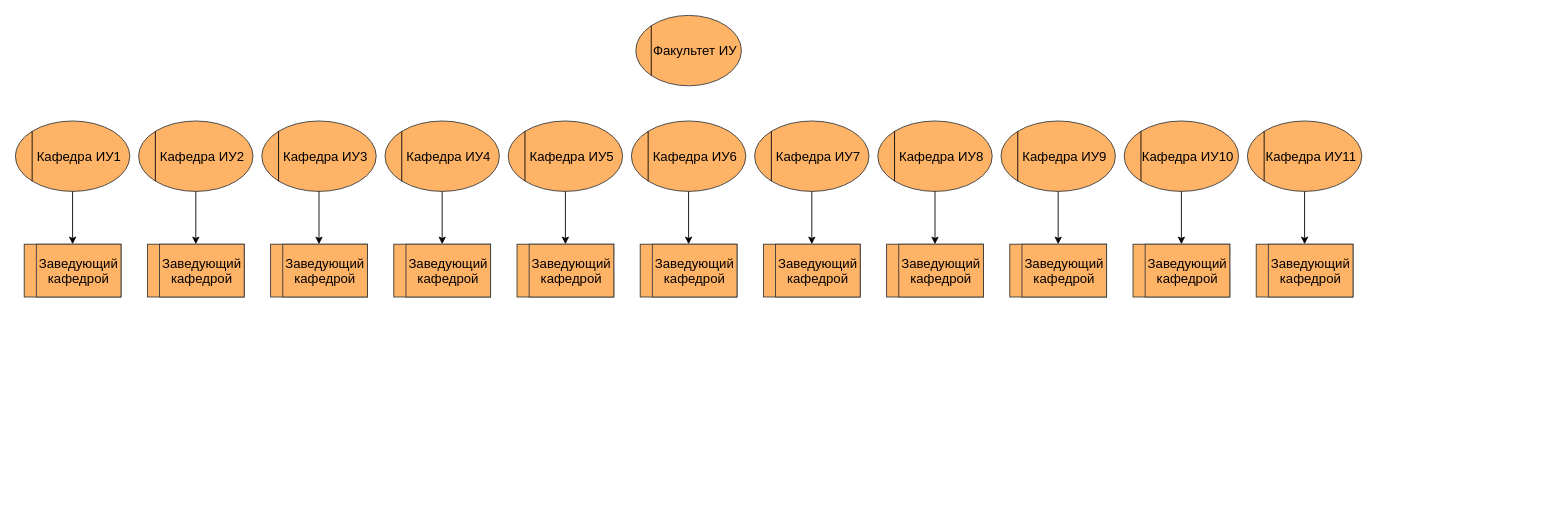
The draw.io diagram ERP l1.drawio in DMfananddu/ERP, before the edit. Source tidied: cells renumbered, new cells numbered last; positions are measured from the earlier drawing's top-left corner, leaving out a move shared by most shapes. Both pictures are drawn from the tidied source at 88%, with x=0, y=0 at pixel (15, 15).
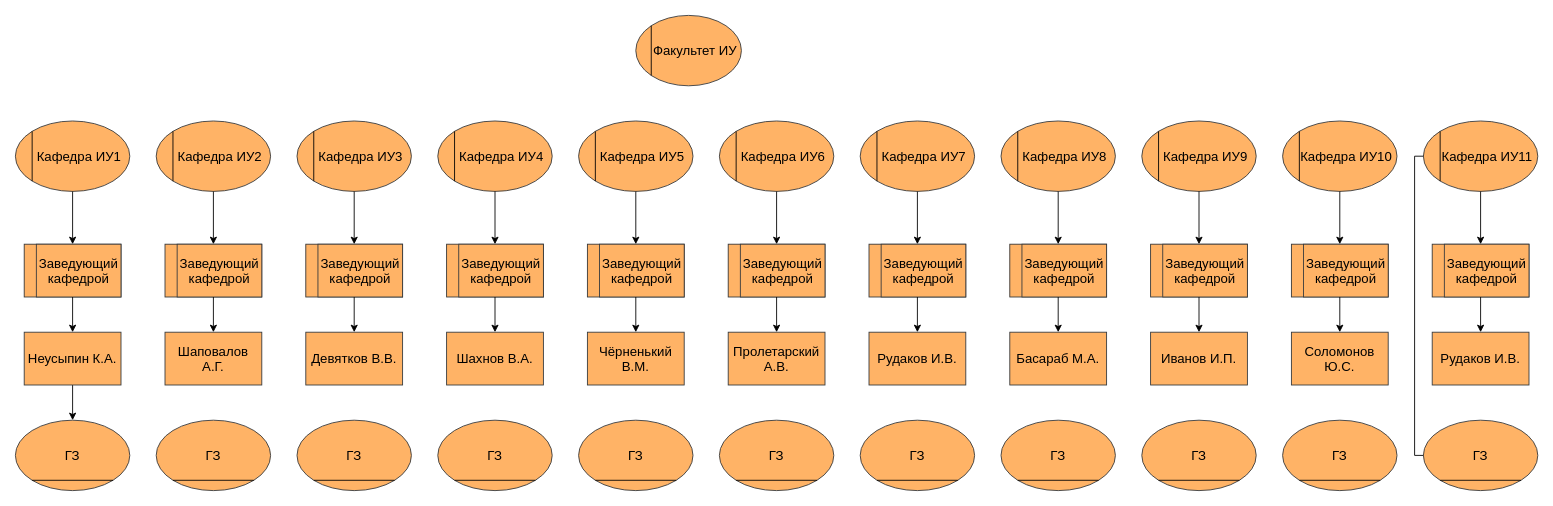
The same diagram, later.

Unchanged cells that the change refers to:
```xml
<mxCell id="36" value="Кафедра ИУ11" style="ellipse;whiteSpace=wrap;html=1;rounded=0;strokeColor=#36393d;spacingLeft=15;fillColor=#FFB366;fontSize=15;" parent="35" vertex="1">
  <mxGeometry width="130" height="80" as="geometry" />
</mxCell>
<mxCell id="39" style="rounded=0;whiteSpace=wrap;html=1;strokeColor=#36393d;fontSize=15;fillColor=#FFB366;" parent="38" vertex="1">
  <mxGeometry width="110" height="60" as="geometry" />
</mxCell>
<mxCell id="42" style="rounded=0;whiteSpace=wrap;html=1;strokeColor=#36393d;fontSize=15;fillColor=#FFB366;" parent="41" vertex="1">
  <mxGeometry width="110" height="60" as="geometry" />
</mxCell>
<mxCell id="45" style="rounded=0;whiteSpace=wrap;html=1;strokeColor=#36393d;fontSize=15;fillColor=#FFB366;" parent="44" vertex="1">
  <mxGeometry width="110" height="60" as="geometry" />
</mxCell>
<mxCell id="48" style="rounded=0;whiteSpace=wrap;html=1;strokeColor=#36393d;fontSize=15;fillColor=#FFB366;" parent="47" vertex="1">
  <mxGeometry width="110" height="60" as="geometry" />
</mxCell>
<mxCell id="55" style="rounded=0;whiteSpace=wrap;html=1;strokeColor=#36393d;fontSize=15;fillColor=#FFB366;" parent="54" vertex="1">
  <mxGeometry width="110" height="60" as="geometry" />
</mxCell>
<mxCell id="58" style="rounded=0;whiteSpace=wrap;html=1;strokeColor=#36393d;fontSize=15;fillColor=#FFB366;" parent="57" vertex="1">
  <mxGeometry width="110" height="60" as="geometry" />
</mxCell>
<mxCell id="61" style="rounded=0;whiteSpace=wrap;html=1;strokeColor=#36393d;fontSize=15;fillColor=#FFB366;" parent="60" vertex="1">
  <mxGeometry width="110" height="60" as="geometry" />
</mxCell>
<mxCell id="64" style="rounded=0;whiteSpace=wrap;html=1;strokeColor=#36393d;fontSize=15;fillColor=#FFB366;" parent="63" vertex="1">
  <mxGeometry width="110" height="60" as="geometry" />
</mxCell>
<mxCell id="67" style="rounded=0;whiteSpace=wrap;html=1;strokeColor=#36393d;fontSize=15;fillColor=#FFB366;" parent="66" vertex="1">
  <mxGeometry width="110" height="60" as="geometry" />
</mxCell>
<mxCell id="70" style="rounded=0;whiteSpace=wrap;html=1;strokeColor=#36393d;fontSize=15;fillColor=#FFB366;" parent="69" vertex="1">
  <mxGeometry width="110" height="60" as="geometry" />
</mxCell>
<mxCell id="73" style="rounded=0;whiteSpace=wrap;html=1;strokeColor=#36393d;fontSize=15;fillColor=#FFB366;" parent="72" vertex="1">
  <mxGeometry width="110" height="60" as="geometry" />
</mxCell>
```

Diff of the diagram source:
```diff
@@
     <mxCell id="5" style="group;rounded=0;fillColor=none;spacingLeft=0;strokeWidth=1;fontSize=15;" parent="1" vertex="1">
-      <mxGeometry x="140" y="120" width="130" height="80" as="geometry" />
+      <mxGeometry x="160" y="120" width="130" height="80" as="geometry" />
     </mxCell>
@@
     <mxCell id="8" style="group;rounded=0;fillColor=none;spacingLeft=0;strokeWidth=1;fontSize=15;" parent="1" vertex="1">
-      <mxGeometry x="280" y="120" width="130" height="80" as="geometry" />
+      <mxGeometry x="320" y="120" width="130" height="80" as="geometry" />
     </mxCell>
@@
     <mxCell id="11" style="group;rounded=0;fillColor=none;spacingLeft=0;strokeWidth=1;fontSize=15;" parent="1" vertex="1">
-      <mxGeometry x="420" y="120" width="130" height="80" as="geometry" />
+      <mxGeometry x="480" y="120" width="130" height="80" as="geometry" />
     </mxCell>
@@
     <mxCell id="14" style="group;rounded=0;fillColor=none;spacingLeft=0;strokeWidth=1;fontSize=15;" parent="1" vertex="1">
-      <mxGeometry x="560" y="120" width="130" height="80" as="geometry" />
+      <mxGeometry x="640" y="120" width="130" height="80" as="geometry" />
     </mxCell>
@@
     <mxCell id="17" style="group;rounded=0;fillColor=none;spacingLeft=0;strokeWidth=1;fontSize=15;" parent="1" vertex="1">
-      <mxGeometry x="700" y="120" width="130" height="80" as="geometry" />
+      <mxGeometry x="800" y="120" width="130" height="80" as="geometry" />
     </mxCell>
@@
     <mxCell id="20" style="group;rounded=0;fillColor=none;spacingLeft=0;strokeWidth=1;fontSize=15;" parent="1" vertex="1">
-      <mxGeometry x="840" y="120" width="130" height="80" as="geometry" />
+      <mxGeometry x="960" y="120" width="130" height="80" as="geometry" />
     </mxCell>
@@
     <mxCell id="23" style="group;rounded=0;fillColor=none;spacingLeft=0;strokeWidth=1;fontSize=15;" parent="1" vertex="1">
-      <mxGeometry x="980" y="120" width="130" height="80" as="geometry" />
+      <mxGeometry x="1120" y="120" width="130" height="80" as="geometry" />
     </mxCell>
@@
     <mxCell id="26" style="group;rounded=0;fillColor=none;spacingLeft=0;strokeWidth=1;fontSize=15;" parent="1" vertex="1">
-      <mxGeometry x="1120" y="120" width="130" height="80" as="geometry" />
+      <mxGeometry x="1280" y="120" width="130" height="80" as="geometry" />
     </mxCell>
@@
     <mxCell id="29" style="group;rounded=0;fillColor=none;spacingLeft=0;strokeWidth=1;fontSize=15;" parent="1" vertex="1">
-      <mxGeometry x="1260" y="120" width="130" height="80" as="geometry" />
+      <mxGeometry x="1440" y="120" width="130" height="80" as="geometry" />
     </mxCell>
@@
     <mxCell id="35" style="group;rounded=0;fillColor=none;spacingLeft=0;strokeWidth=1;fontSize=15;" parent="1" vertex="1">
-      <mxGeometry x="1400" y="120" width="130" height="80" as="geometry" />
+      <mxGeometry x="1600" y="120" width="130" height="80" as="geometry" />
     </mxCell>
@@
     <mxCell id="41" style="group;fontSize=15;fillColor=#FFB366;" parent="1" vertex="1">
-      <mxGeometry x="150" y="260" width="110" height="60" as="geometry" />
+      <mxGeometry x="170" y="260" width="110" height="60" as="geometry" />
     </mxCell>
@@
     <mxCell id="44" style="group;fontSize=15;fillColor=#FFB366;" parent="1" vertex="1">
-      <mxGeometry x="290" y="260" width="110" height="60" as="geometry" />
+      <mxGeometry x="330" y="260" width="110" height="60" as="geometry" />
     </mxCell>
@@
     <mxCell id="47" style="group;fontSize=15;fillColor=#FFB366;" parent="1" vertex="1">
-      <mxGeometry x="430" y="260" width="110" height="60" as="geometry" />
+      <mxGeometry x="490" y="260" width="110" height="60" as="geometry" />
     </mxCell>
@@
     <mxCell id="54" style="group;fontSize=15;fillColor=#FFB366;" parent="1" vertex="1">
-      <mxGeometry x="570" y="260" width="110" height="60" as="geometry" />
+      <mxGeometry x="650" y="260" width="110" height="60" as="geometry" />
     </mxCell>
@@
     <mxCell id="57" style="group;fontSize=15;fillColor=#FFB366;" parent="1" vertex="1">
-      <mxGeometry x="710" y="260" width="110" height="60" as="geometry" />
+      <mxGeometry x="810" y="260" width="110" height="60" as="geometry" />
     </mxCell>
@@
     <mxCell id="60" style="group;fontSize=15;fillColor=#FFB366;" parent="1" vertex="1">
-      <mxGeometry x="850" y="260" width="110" height="60" as="geometry" />
+      <mxGeometry x="970" y="260" width="110" height="60" as="geometry" />
     </mxCell>
@@
     <mxCell id="63" style="group;fontSize=15;fillColor=#FFB366;" parent="1" vertex="1">
-      <mxGeometry x="990" y="260" width="110" height="60" as="geometry" />
+      <mxGeometry x="1130" y="260" width="110" height="60" as="geometry" />
     </mxCell>
@@
     <mxCell id="66" style="group;fontSize=15;fillColor=#FFB366;" parent="1" vertex="1">
-      <mxGeometry x="1130" y="260" width="110" height="60" as="geometry" />
+      <mxGeometry x="1290" y="260" width="110" height="60" as="geometry" />
     </mxCell>
@@
     <mxCell id="69" style="group;fontSize=15;fillColor=#FFB366;" parent="1" vertex="1">
-      <mxGeometry x="1270" y="260" width="110" height="60" as="geometry" />
+      <mxGeometry x="1450" y="260" width="110" height="60" as="geometry" />
     </mxCell>
@@
     <mxCell id="72" style="group;fontSize=15;fillColor=#FFB366;" parent="1" vertex="1">
-      <mxGeometry x="1410" y="260" width="110" height="60" as="geometry" />
+      <mxGeometry x="1610" y="260" width="110" height="60" as="geometry" />
     </mxCell>
@@
+    <mxCell id="82" style="edgeStyle=orthogonalEdgeStyle;rounded=0;jettySize=auto;html=1;exitX=0.5;exitY=1;exitDx=0;exitDy=0;entryX=0.5;entryY=0;entryDx=0;entryDy=0;fontSize=15;startArrow=none;startFill=0;endArrow=classic;endFill=1;" parent="1" edge="1" source="83" target="106">
+      <mxGeometry relative="1" as="geometry" />
+    </mxCell>
+    <mxCell id="83" value="&lt;span style=&quot;font-size: 15px&quot;&gt;Неусыпин К.А.&lt;/span&gt;" style="rounded=0;whiteSpace=wrap;html=1;strokeColor=#36393d;fillColor=#FFB366;" parent="1" vertex="1">
+      <mxGeometry x="10" y="360" width="110" height="60" as="geometry" />
+    </mxCell>
+    <mxCell id="84" style="edgeStyle=orthogonalEdgeStyle;rounded=0;jettySize=auto;html=1;fontSize=15;startArrow=none;startFill=0;endArrow=classic;endFill=1;" parent="1" edge="1" source="39" target="83">
+      <mxGeometry relative="1" as="geometry" />
+    </mxCell>
+    <mxCell id="85" value="&lt;span style=&quot;font-size: 15px&quot;&gt;Шаповалов А.Г.&lt;/span&gt;" style="rounded=0;whiteSpace=wrap;html=1;strokeColor=#36393d;fillColor=#FFB366;" parent="1" vertex="1">
+      <mxGeometry x="170" y="360" width="110" height="60" as="geometry" />
+    </mxCell>
+    <mxCell id="86" value="&lt;span style=&quot;font-size: 15px&quot;&gt;Девятков В.В.&lt;/span&gt;" style="rounded=0;whiteSpace=wrap;html=1;strokeColor=#36393d;fillColor=#FFB366;" parent="1" vertex="1">
+      <mxGeometry x="330" y="360" width="110" height="60" as="geometry" />
+    </mxCell>
+    <mxCell id="87" value="&lt;span style=&quot;font-size: 15px&quot;&gt;Шахнов В.А.&lt;/span&gt;" style="rounded=0;whiteSpace=wrap;html=1;strokeColor=#36393d;fillColor=#FFB366;" parent="1" vertex="1">
+      <mxGeometry x="490" y="360" width="110" height="60" as="geometry" />
+    </mxCell>
+    <mxCell id="88" value="&lt;span style=&quot;font-size: 15px&quot;&gt;Чёрненький В.М.&lt;/span&gt;" style="rounded=0;whiteSpace=wrap;html=1;strokeColor=#36393d;fillColor=#FFB366;" parent="1" vertex="1">
+      <mxGeometry x="650" y="360" width="110" height="60" as="geometry" />
+    </mxCell>
+    <mxCell id="89" value="&lt;span style=&quot;font-size: 15px&quot;&gt;Пролетарский А.В.&lt;/span&gt;" style="rounded=0;whiteSpace=wrap;html=1;strokeColor=#36393d;fillColor=#FFB366;" parent="1" vertex="1">
+      <mxGeometry x="810" y="360" width="110" height="60" as="geometry" />
+    </mxCell>
+    <mxCell id="90" value="&lt;span style=&quot;font-size: 15px&quot;&gt;Рудаков И.В.&lt;/span&gt;" style="rounded=0;whiteSpace=wrap;html=1;strokeColor=#36393d;fillColor=#FFB366;" parent="1" vertex="1">
+      <mxGeometry x="970" y="360" width="110" height="60" as="geometry" />
+    </mxCell>
+    <mxCell id="91" value="&lt;span style=&quot;font-size: 15px&quot;&gt;Басараб М.А.&lt;/span&gt;" style="rounded=0;whiteSpace=wrap;html=1;strokeColor=#36393d;fillColor=#FFB366;" parent="1" vertex="1">
+      <mxGeometry x="1130" y="360" width="110" height="60" as="geometry" />
+    </mxCell>
+    <mxCell id="92" value="&lt;span style=&quot;font-size: 15px&quot;&gt;Иванов И.П.&lt;/span&gt;" style="rounded=0;whiteSpace=wrap;html=1;strokeColor=#36393d;fillColor=#FFB366;" parent="1" vertex="1">
+      <mxGeometry x="1290" y="360" width="110" height="60" as="geometry" />
+    </mxCell>
+    <mxCell id="93" value="&lt;span style=&quot;font-size: 15px&quot;&gt;Соломонов Ю.С.&lt;/span&gt;" style="rounded=0;whiteSpace=wrap;html=1;strokeColor=#36393d;fillColor=#FFB366;" parent="1" vertex="1">
+      <mxGeometry x="1450" y="360" width="110" height="60" as="geometry" />
+    </mxCell>
+    <mxCell id="94" value="&lt;span style=&quot;font-size: 15px&quot;&gt;Рудаков И.В.&lt;/span&gt;" style="rounded=0;whiteSpace=wrap;html=1;strokeColor=#36393d;fillColor=#FFB366;" parent="1" vertex="1">
+      <mxGeometry x="1610" y="360" width="110" height="60" as="geometry" />
+    </mxCell>
+    <mxCell id="95" style="edgeStyle=orthogonalEdgeStyle;rounded=0;jettySize=auto;html=1;fontSize=15;startArrow=none;startFill=0;endArrow=classic;endFill=1;" parent="1" edge="1" source="67" target="92">
+      <mxGeometry relative="1" as="geometry" />
+    </mxCell>
+    <mxCell id="96" style="edgeStyle=orthogonalEdgeStyle;rounded=0;jettySize=auto;html=1;fontSize=15;startArrow=none;startFill=0;endArrow=classic;endFill=1;" parent="1" edge="1" source="70" target="93">
+      <mxGeometry relative="1" as="geometry" />
+    </mxCell>
+    <mxCell id="97" style="edgeStyle=orthogonalEdgeStyle;rounded=0;jettySize=auto;html=1;fontSize=15;startArrow=none;startFill=0;endArrow=classic;endFill=1;" parent="1" edge="1" source="73" target="94">
+      <mxGeometry relative="1" as="geometry" />
+    </mxCell>
+    <mxCell id="98" style="edgeStyle=orthogonalEdgeStyle;rounded=0;jettySize=auto;html=1;fontSize=15;startArrow=none;startFill=0;endArrow=classic;endFill=1;" parent="1" edge="1" source="64" target="91">
+      <mxGeometry relative="1" as="geometry" />
+    </mxCell>
+    <mxCell id="99" style="edgeStyle=orthogonalEdgeStyle;rounded=0;jettySize=auto;html=1;fontSize=15;startArrow=none;startFill=0;endArrow=classic;endFill=1;" parent="1" edge="1" source="55" target="88">
+      <mxGeometry relative="1" as="geometry" />
+    </mxCell>
+    <mxCell id="100" style="edgeStyle=orthogonalEdgeStyle;rounded=0;jettySize=auto;html=1;fontSize=15;startArrow=none;startFill=0;endArrow=classic;endFill=1;" parent="1" edge="1" source="58" target="89">
+      <mxGeometry relative="1" as="geometry" />
+    </mxCell>
+    <mxCell id="101" style="edgeStyle=orthogonalEdgeStyle;rounded=0;jettySize=auto;html=1;fontSize=15;startArrow=none;startFill=0;endArrow=classic;endFill=1;" parent="1" edge="1" source="61" target="90">
+      <mxGeometry relative="1" as="geometry" />
+    </mxCell>
+    <mxCell id="102" style="edgeStyle=orthogonalEdgeStyle;rounded=0;jettySize=auto;html=1;fontSize=15;startArrow=none;startFill=0;endArrow=classic;endFill=1;" parent="1" edge="1" source="42" target="85">
+      <mxGeometry relative="1" as="geometry" />
+    </mxCell>
+    <mxCell id="103" style="edgeStyle=orthogonalEdgeStyle;rounded=0;jettySize=auto;html=1;fontSize=15;startArrow=none;startFill=0;endArrow=classic;endFill=1;" parent="1" edge="1" source="45" target="86">
+      <mxGeometry relative="1" as="geometry" />
+    </mxCell>
+    <mxCell id="104" style="edgeStyle=orthogonalEdgeStyle;rounded=0;jettySize=auto;html=1;fontSize=15;startArrow=none;startFill=0;endArrow=classic;endFill=1;" parent="1" edge="1" source="48" target="87">
+      <mxGeometry relative="1" as="geometry" />
+    </mxCell>
+    <mxCell id="105" style="group;rounded=0;strokeWidth=1;fillColor=none;gradientColor=none;fontSize=15;" parent="1" vertex="1">
+      <mxGeometry y="460" width="130" height="80" as="geometry" />
+    </mxCell>
+    <mxCell id="106" value="ГЗ" style="ellipse;whiteSpace=wrap;html=1;rounded=0;strokeColor=#36393d;fillColor=#FFB366;fontSize=15;" parent="105" vertex="1">
+      <mxGeometry width="130" height="80" as="geometry" />
+    </mxCell>
+    <mxCell id="107" style="endArrow=none;html=1;entryX=1;entryY=1;entryDx=0;entryDy=0;exitX=0;exitY=1;exitDx=0;exitDy=0;" parent="105" edge="1" source="106" target="106">
+      <mxGeometry relative="1" as="geometry" />
+    </mxCell>
+    <mxCell id="108" style="group;rounded=0;strokeWidth=1;fillColor=none;gradientColor=none;fontSize=15;" parent="1" vertex="1">
+      <mxGeometry x="160" y="460" width="130" height="80" as="geometry" />
+    </mxCell>
+    <mxCell id="109" value="ГЗ" style="ellipse;whiteSpace=wrap;html=1;rounded=0;strokeColor=#36393d;fillColor=#FFB366;fontSize=15;" parent="108" vertex="1">
+      <mxGeometry width="130" height="80" as="geometry" />
+    </mxCell>
+    <mxCell id="110" style="endArrow=none;html=1;entryX=1;entryY=1;entryDx=0;entryDy=0;exitX=0;exitY=1;exitDx=0;exitDy=0;" parent="108" edge="1" source="109" target="109">
+      <mxGeometry relative="1" as="geometry" />
+    </mxCell>
+    <mxCell id="111" style="group;rounded=0;strokeWidth=1;fillColor=none;gradientColor=none;fontSize=15;" parent="1" vertex="1">
+      <mxGeometry x="320" y="460" width="130" height="80" as="geometry" />
+    </mxCell>
+    <mxCell id="112" value="ГЗ" style="ellipse;whiteSpace=wrap;html=1;rounded=0;strokeColor=#36393d;fillColor=#FFB366;fontSize=15;" parent="111" vertex="1">
+      <mxGeometry width="130" height="80" as="geometry" />
+    </mxCell>
+    <mxCell id="113" style="endArrow=none;html=1;entryX=1;entryY=1;entryDx=0;entryDy=0;exitX=0;exitY=1;exitDx=0;exitDy=0;" parent="111" edge="1" source="112" target="112">
+      <mxGeometry relative="1" as="geometry" />
+    </mxCell>
+    <mxCell id="114" style="group;rounded=0;strokeWidth=1;fillColor=none;gradientColor=none;fontSize=15;" parent="1" vertex="1">
+      <mxGeometry x="480" y="460" width="130" height="80" as="geometry" />
+    </mxCell>
+    <mxCell id="115" value="ГЗ" style="ellipse;whiteSpace=wrap;html=1;rounded=0;strokeColor=#36393d;fillColor=#FFB366;fontSize=15;" parent="114" vertex="1">
+      <mxGeometry width="130" height="80" as="geometry" />
+    </mxCell>
+    <mxCell id="116" style="endArrow=none;html=1;entryX=1;entryY=1;entryDx=0;entryDy=0;exitX=0;exitY=1;exitDx=0;exitDy=0;" parent="114" edge="1" source="115" target="115">
+      <mxGeometry relative="1" as="geometry" />
+    </mxCell>
+    <mxCell id="117" style="group;rounded=0;strokeWidth=1;fillColor=none;gradientColor=none;fontSize=15;" parent="1" vertex="1">
+      <mxGeometry x="640" y="460" width="130" height="80" as="geometry" />
+    </mxCell>
+    <mxCell id="118" value="ГЗ" style="ellipse;whiteSpace=wrap;html=1;rounded=0;strokeColor=#36393d;fillColor=#FFB366;fontSize=15;" parent="117" vertex="1">
+      <mxGeometry width="130" height="80" as="geometry" />
+    </mxCell>
+    <mxCell id="119" style="endArrow=none;html=1;entryX=1;entryY=1;entryDx=0;entryDy=0;exitX=0;exitY=1;exitDx=0;exitDy=0;" parent="117" edge="1" source="118" target="118">
+      <mxGeometry relative="1" as="geometry" />
+    </mxCell>
+    <mxCell id="120" style="group;rounded=0;strokeWidth=1;fillColor=none;gradientColor=none;fontSize=15;" parent="1" vertex="1">
+      <mxGeometry x="800" y="460" width="130" height="80" as="geometry" />
+    </mxCell>
+    <mxCell id="121" value="ГЗ" style="ellipse;whiteSpace=wrap;html=1;rounded=0;strokeColor=#36393d;fillColor=#FFB366;fontSize=15;" parent="120" vertex="1">
+      <mxGeometry width="130" height="80" as="geometry" />
+    </mxCell>
+    <mxCell id="122" style="endArrow=none;html=1;entryX=1;entryY=1;entryDx=0;entryDy=0;exitX=0;exitY=1;exitDx=0;exitDy=0;" parent="120" edge="1" source="121" target="121">
+      <mxGeometry relative="1" as="geometry" />
+    </mxCell>
+    <mxCell id="123" style="group;rounded=0;strokeWidth=1;fillColor=none;gradientColor=none;fontSize=15;" parent="1" vertex="1">
+      <mxGeometry x="960" y="460" width="130" height="80" as="geometry" />
+    </mxCell>
+    <mxCell id="124" value="ГЗ" style="ellipse;whiteSpace=wrap;html=1;rounded=0;strokeColor=#36393d;fillColor=#FFB366;fontSize=15;" parent="123" vertex="1">
+      <mxGeometry width="130" height="80" as="geometry" />
+    </mxCell>
+    <mxCell id="125" style="endArrow=none;html=1;entryX=1;entryY=1;entryDx=0;entryDy=0;exitX=0;exitY=1;exitDx=0;exitDy=0;" parent="123" edge="1" source="124" target="124">
+      <mxGeometry relative="1" as="geometry" />
+    </mxCell>
+    <mxCell id="126" style="group;rounded=0;strokeWidth=1;fillColor=none;gradientColor=none;fontSize=15;" parent="1" vertex="1">
+      <mxGeometry x="1120" y="460" width="130" height="80" as="geometry" />
+    </mxCell>
+    <mxCell id="127" value="ГЗ" style="ellipse;whiteSpace=wrap;html=1;rounded=0;strokeColor=#36393d;fillColor=#FFB366;fontSize=15;" parent="126" vertex="1">
+      <mxGeometry width="130" height="80" as="geometry" />
+    </mxCell>
+    <mxCell id="128" style="endArrow=none;html=1;entryX=1;entryY=1;entryDx=0;entryDy=0;exitX=0;exitY=1;exitDx=0;exitDy=0;" parent="126" edge="1" source="127" target="127">
+      <mxGeometry relative="1" as="geometry" />
+    </mxCell>
+    <mxCell id="129" style="group;rounded=0;strokeWidth=1;fillColor=none;gradientColor=none;fontSize=15;" parent="1" vertex="1">
+      <mxGeometry x="1280" y="460" width="130" height="80" as="geometry" />
+    </mxCell>
+    <mxCell id="130" value="ГЗ" style="ellipse;whiteSpace=wrap;html=1;rounded=0;strokeColor=#36393d;fillColor=#FFB366;fontSize=15;" parent="129" vertex="1">
+      <mxGeometry width="130" height="80" as="geometry" />
+    </mxCell>
+    <mxCell id="131" style="endArrow=none;html=1;entryX=1;entryY=1;entryDx=0;entryDy=0;exitX=0;exitY=1;exitDx=0;exitDy=0;" parent="129" edge="1" source="130" target="130">
+      <mxGeometry relative="1" as="geometry" />
+    </mxCell>
+    <mxCell id="132" style="group;rounded=0;strokeWidth=1;fillColor=none;gradientColor=none;fontSize=15;" parent="1" vertex="1">
+      <mxGeometry x="1440" y="460" width="130" height="80" as="geometry" />
+    </mxCell>
+    <mxCell id="133" value="ГЗ" style="ellipse;whiteSpace=wrap;html=1;rounded=0;strokeColor=#36393d;fillColor=#FFB366;fontSize=15;" parent="132" vertex="1">
+      <mxGeometry width="130" height="80" as="geometry" />
+    </mxCell>
+    <mxCell id="134" style="endArrow=none;html=1;entryX=1;entryY=1;entryDx=0;entryDy=0;exitX=0;exitY=1;exitDx=0;exitDy=0;" parent="132" edge="1" source="133" target="133">
+      <mxGeometry relative="1" as="geometry" />
+    </mxCell>
+    <mxCell id="135" style="group;rounded=0;strokeWidth=1;fillColor=none;gradientColor=none;fontSize=15;" parent="1" vertex="1">
+      <mxGeometry x="1600" y="460" width="130" height="80" as="geometry" />
+    </mxCell>
+    <mxCell id="136" value="ГЗ" style="ellipse;whiteSpace=wrap;html=1;rounded=0;strokeColor=#36393d;fillColor=#FFB366;fontSize=15;" parent="135" vertex="1">
+      <mxGeometry width="130" height="80" as="geometry" />
+    </mxCell>
+    <mxCell id="137" style="endArrow=none;html=1;entryX=1;entryY=1;entryDx=0;entryDy=0;exitX=0;exitY=1;exitDx=0;exitDy=0;" parent="135" edge="1" source="136" target="136">
+      <mxGeometry relative="1" as="geometry" />
+    </mxCell>
+    <mxCell id="138" style="edgeStyle=orthogonalEdgeStyle;rounded=0;jettySize=auto;html=1;exitX=0;exitY=0.5;exitDx=0;exitDy=0;entryX=0;entryY=0.5;entryDx=0;entryDy=0;fontSize=15;startArrow=none;startFill=0;endArrow=none;endFill=0;" parent="1" edge="1" source="36" target="136">
+      <mxGeometry relative="1" as="geometry">
+        <Array as="points">
+          <mxPoint x="1590" y="160" />
+          <mxPoint x="1590" y="500" />
+        </Array>
+      </mxGeometry>
+    </mxCell>
```
